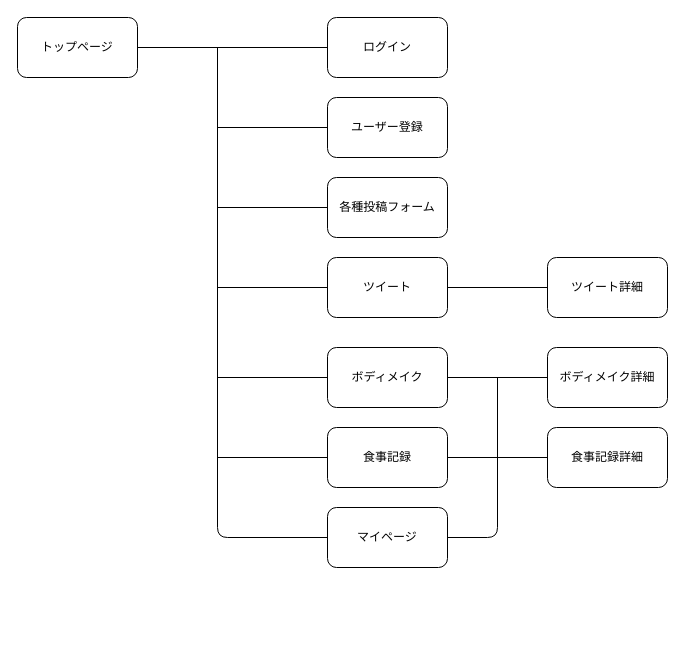
Earlier version of the draw.io diagram powers_image.dio (xso2/Powers). Source tidied: cells renumbered, new cells numbered last; positions are measured from the earlier drawing's top-left corner, leaving out a move shared by most shapes. Both pictures are drawn from the tidied source at 100%, with x=0, y=0 at pixel (17, 17).
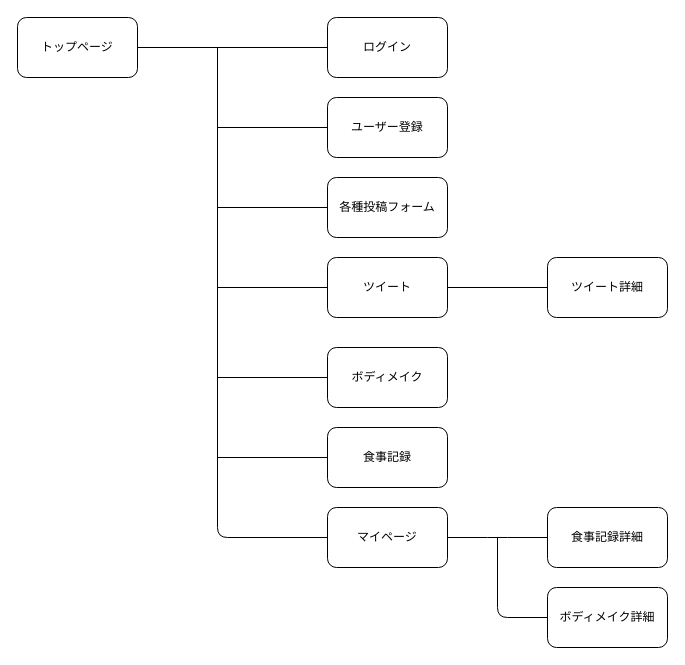
After the change.

The change refers to these unchanged cells:
```xml
<mxCell id="7" value="ボディメイク" style="rounded=1;whiteSpace=wrap;html=1;" parent="1" vertex="1">
  <mxGeometry x="310" y="330" width="120" height="60" as="geometry" />
</mxCell>
<mxCell id="8" value="食事記録" style="rounded=1;whiteSpace=wrap;html=1;" parent="1" vertex="1">
  <mxGeometry x="310" y="410" width="120" height="60" as="geometry" />
</mxCell>
<mxCell id="9" value="マイページ" style="rounded=1;whiteSpace=wrap;html=1;" parent="1" vertex="1">
  <mxGeometry x="310" y="490" width="120" height="60" as="geometry" />
</mxCell>
```

The edit, as a diff of the source:
```diff
@@
     <mxCell id="17" value="ボディメイク詳細" style="rounded=1;whiteSpace=wrap;html=1;" parent="1" vertex="1">
-      <mxGeometry x="530" y="330" width="120" height="60" as="geometry" />
+      <mxGeometry x="530" y="570" width="120" height="60" as="geometry" />
     </mxCell>
-    <mxCell id="18" style="endArrow=none;html=1;entryX=0;entryY=0.5;entryDx=0;entryDy=0;exitX=1;exitY=0.5;exitDx=0;exitDy=0;" parent="1" edge="1" source="7" target="17">
-      <mxGeometry relative="1" as="geometry" />
-    </mxCell>
     <mxCell id="19" value="食事記録詳細" style="rounded=1;whiteSpace=wrap;html=1;" parent="1" vertex="1">
-      <mxGeometry x="530" y="410" width="120" height="60" as="geometry" />
+      <mxGeometry x="530" y="490" width="120" height="60" as="geometry" />
     </mxCell>
-    <mxCell id="20" style="endArrow=none;html=1;entryX=0;entryY=0.5;entryDx=0;entryDy=0;exitX=1;exitY=0.5;exitDx=0;exitDy=0;" parent="1" edge="1" source="8" target="19">
-      <mxGeometry relative="1" as="geometry" />
-    </mxCell>
-    <mxCell id="21" style="endArrow=none;html=1;exitX=1;exitY=0.5;exitDx=0;exitDy=0;" parent="1" edge="1" source="9">
+    <mxCell id="21" style="endArrow=none;html=1;exitX=1;exitY=0.5;exitDx=0;exitDy=0;entryX=0;entryY=0.5;entryDx=0;entryDy=0;" parent="1" edge="1" source="9" target="19">
       <mxGeometry relative="1" as="geometry">
-        <mxPoint x="480" y="360" as="targetPoint" />
         <Array as="points">
           <mxPoint x="480" y="520" />
         </Array>
       </mxGeometry>
     </mxCell>
@@
+    <mxCell id="24" style="endArrow=none;html=1;exitX=0;exitY=0.5;exitDx=0;exitDy=0;" parent="1" edge="1" source="17">
+      <mxGeometry relative="1" as="geometry">
+        <mxPoint x="480" y="520" as="targetPoint" />
+        <Array as="points">
+          <mxPoint x="480" y="600" />
+        </Array>
+      </mxGeometry>
+    </mxCell>
```
